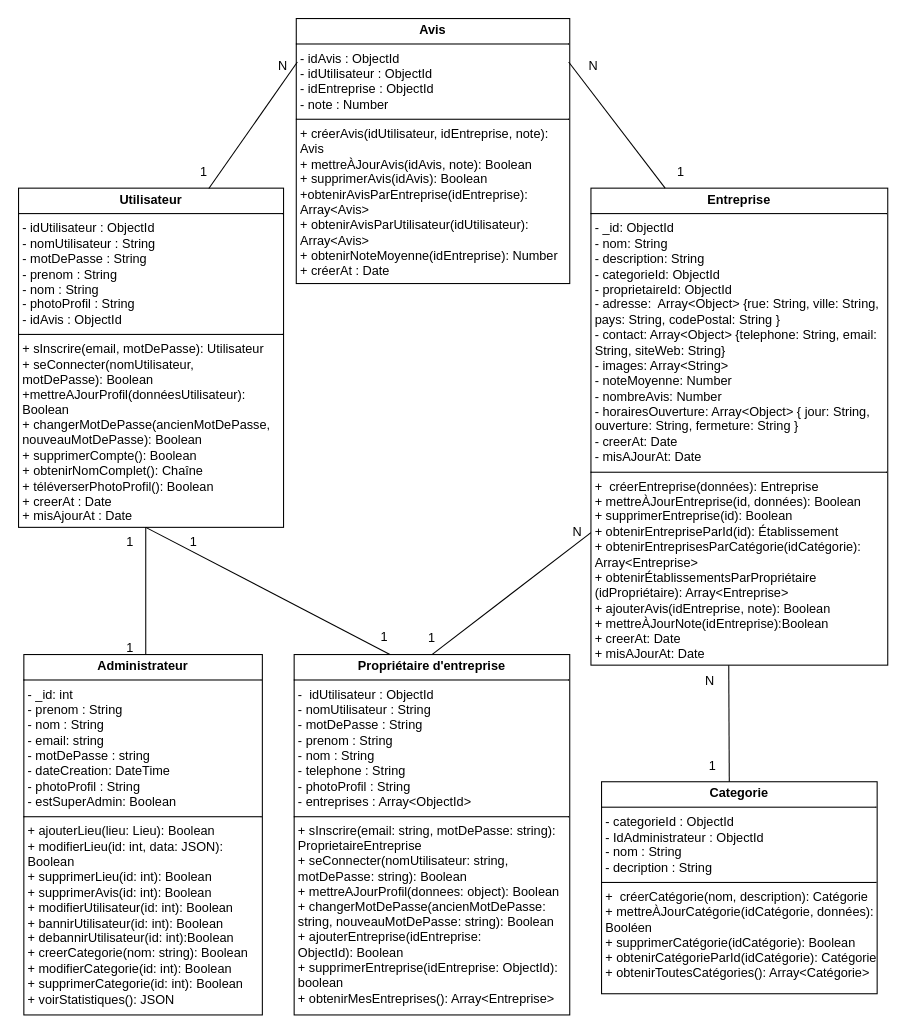
Earlier version of the draw.io diagram class.drawio.drawio (Rahma3-sys/Searchgi). Source tidied: cells renumbered, new cells numbered last; positions are measured from the earlier drawing's top-left corner, leaving out a move shared by most shapes. Both pictures are drawn from the tidied source at 106%, with x=0, y=0 at pixel (18, 18).
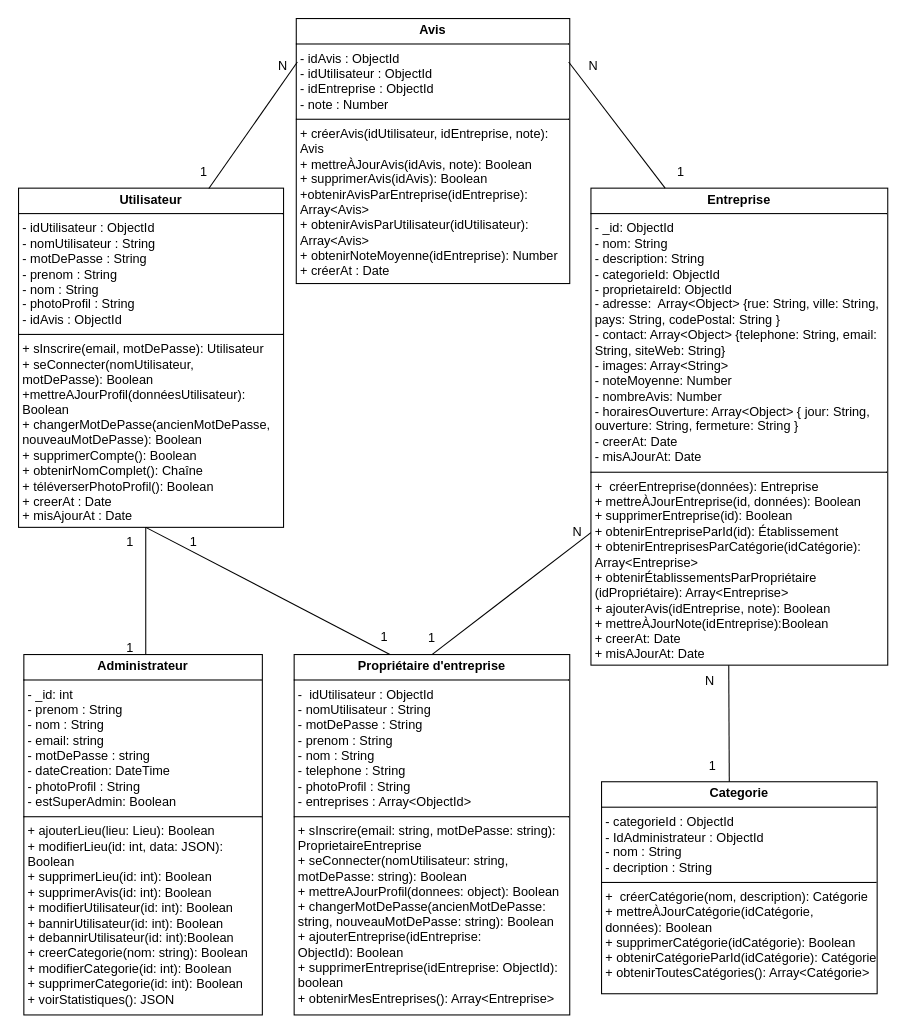
The same diagram, later.

Commit message (it also covers changes not shown here):
Mettre à jour class.drawio.drawio

Diff of the diagram source:
```diff
@@
-    <mxCell id="4" value="&lt;p style=&quot;margin:0px;margin-top:4px;text-align:center;&quot;&gt;&lt;b&gt;Categorie&lt;/b&gt;&lt;/p&gt;&lt;hr size=&quot;1&quot; style=&quot;border-style:solid;&quot;&gt;&lt;p style=&quot;margin:0px;margin-left:4px;&quot;&gt;- categorieId : ObjectId&lt;/p&gt;&lt;p style=&quot;margin:0px;margin-left:4px;&quot;&gt;-&amp;nbsp;&lt;span style=&quot;background-color: transparent; color: light-dark(rgb(0, 0, 0), rgb(255, 255, 255));&quot;&gt;IdA&lt;/span&gt;&lt;span style=&quot;background-color: transparent; color: light-dark(rgb(0, 0, 0), rgb(255, 255, 255));&quot;&gt;dministrateur : ObjectId&lt;/span&gt;&lt;/p&gt;&lt;p style=&quot;margin:0px;margin-left:4px;&quot;&gt;- nom : String&amp;nbsp;&lt;/p&gt;&lt;p style=&quot;margin:0px;margin-left:4px;&quot;&gt;- decription : String&amp;nbsp;&lt;/p&gt;&lt;hr size=&quot;1&quot; style=&quot;border-style:solid;&quot;&gt;&lt;p style=&quot;margin:0px;margin-left:4px;&quot;&gt;+&amp;nbsp;&lt;span style=&quot;background-color: transparent;&quot;&gt;&amp;nbsp;créerCatégorie(nom, description): Catégorie&lt;/span&gt;&lt;/p&gt;&lt;p style=&quot;margin:0px;margin-left:4px;&quot;&gt;+ mettreÀJourCatégorie(idCatégorie, données): Booléen&lt;/p&gt;&lt;p style=&quot;margin:0px;margin-left:4px;&quot;&gt;+ supprimerCatégorie(idCatégorie):&amp;nbsp;&lt;span style=&quot;background-color: transparent; color: light-dark(rgb(0, 0, 0), rgb(255, 255, 255));&quot;&gt;Boolean&amp;nbsp;&amp;nbsp;&lt;/span&gt;&lt;/p&gt;&lt;p style=&quot;margin:0px;margin-left:4px;&quot;&gt;&lt;span style=&quot;background-color: transparent; color: light-dark(rgb(0, 0, 0), rgb(255, 255, 255));&quot;&gt;+ obtenirCatégorieParId(idCatégorie): Catégorie&lt;/span&gt;&lt;/p&gt;&lt;p style=&quot;margin:0px;margin-left:4px;&quot;&gt;+ obtenirToutesCatégories(): Array&amp;lt;Catégorie&amp;gt;&lt;/p&gt;" style="verticalAlign=top;align=left;overflow=fill;html=1;whiteSpace=wrap;" parent="1" vertex="1">
+    <mxCell id="4" value="&lt;p style=&quot;margin:0px;margin-top:4px;text-align:center;&quot;&gt;&lt;b&gt;Categorie&lt;/b&gt;&lt;/p&gt;&lt;hr size=&quot;1&quot; style=&quot;border-style:solid;&quot;&gt;&lt;p style=&quot;margin:0px;margin-left:4px;&quot;&gt;- categorieId : ObjectId&lt;/p&gt;&lt;p style=&quot;margin:0px;margin-left:4px;&quot;&gt;-&amp;nbsp;&lt;span style=&quot;background-color: transparent; color: light-dark(rgb(0, 0, 0), rgb(255, 255, 255));&quot;&gt;IdA&lt;/span&gt;&lt;span style=&quot;background-color: transparent; color: light-dark(rgb(0, 0, 0), rgb(255, 255, 255));&quot;&gt;dministrateur : ObjectId&lt;/span&gt;&lt;/p&gt;&lt;p style=&quot;margin:0px;margin-left:4px;&quot;&gt;- nom : String&amp;nbsp;&lt;/p&gt;&lt;p style=&quot;margin:0px;margin-left:4px;&quot;&gt;- decription : String&amp;nbsp;&lt;/p&gt;&lt;hr size=&quot;1&quot; style=&quot;border-style:solid;&quot;&gt;&lt;p style=&quot;margin:0px;margin-left:4px;&quot;&gt;+&amp;nbsp;&lt;span style=&quot;background-color: transparent;&quot;&gt;&amp;nbsp;créerCatégorie(nom, description): Catégorie&lt;/span&gt;&lt;/p&gt;&lt;p style=&quot;margin:0px;margin-left:4px;&quot;&gt;+ mettreÀJourCatégorie(idCatégorie, données):&amp;nbsp;&lt;span style=&quot;background-color: transparent; color: light-dark(rgb(0, 0, 0), rgb(255, 255, 255));&quot;&gt;Boolean&amp;nbsp;&amp;nbsp;&lt;/span&gt;&lt;/p&gt;&lt;p style=&quot;margin:0px;margin-left:4px;&quot;&gt;+ supprimerCatégorie(idCatégorie):&amp;nbsp;&lt;span style=&quot;background-color: transparent; color: light-dark(rgb(0, 0, 0), rgb(255, 255, 255));&quot;&gt;Boolean&amp;nbsp;&amp;nbsp;&lt;/span&gt;&lt;/p&gt;&lt;p style=&quot;margin:0px;margin-left:4px;&quot;&gt;&lt;span style=&quot;background-color: transparent; color: light-dark(rgb(0, 0, 0), rgb(255, 255, 255));&quot;&gt;+ obtenirCatégorieParId(idCatégorie): Catégorie&lt;/span&gt;&lt;/p&gt;&lt;p style=&quot;margin:0px;margin-left:4px;&quot;&gt;+ obtenirToutesCatégories(): Array&amp;lt;Catégorie&amp;gt;&lt;/p&gt;" style="verticalAlign=top;align=left;overflow=fill;html=1;whiteSpace=wrap;" parent="1" vertex="1">
       <mxGeometry x="550" y="720" width="260" height="200" as="geometry" />
     </mxCell>
```
